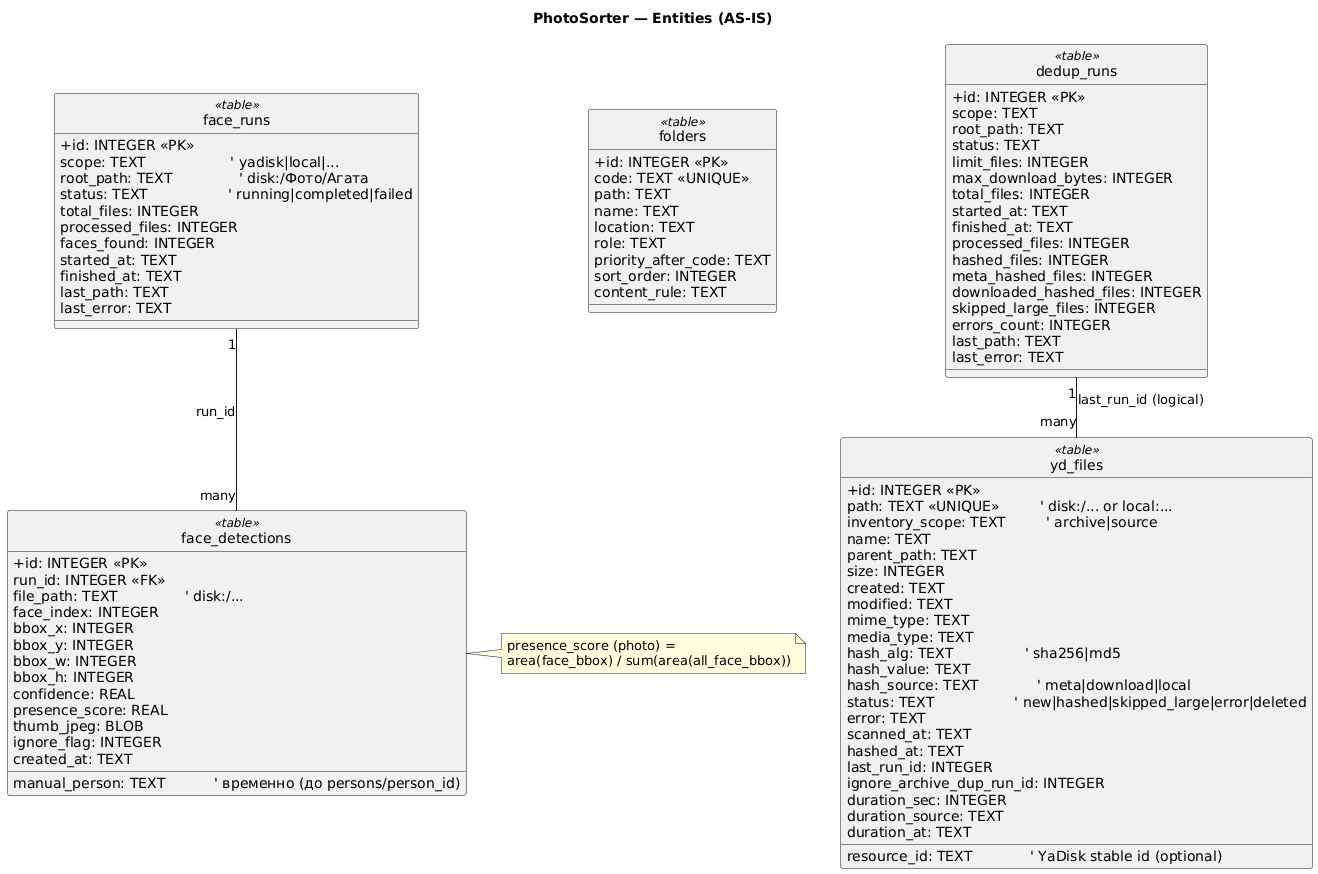
Above: docs/diagrams/entities_as_is.png in mzaborov/PhotoSorter (PlantUML), before the change.
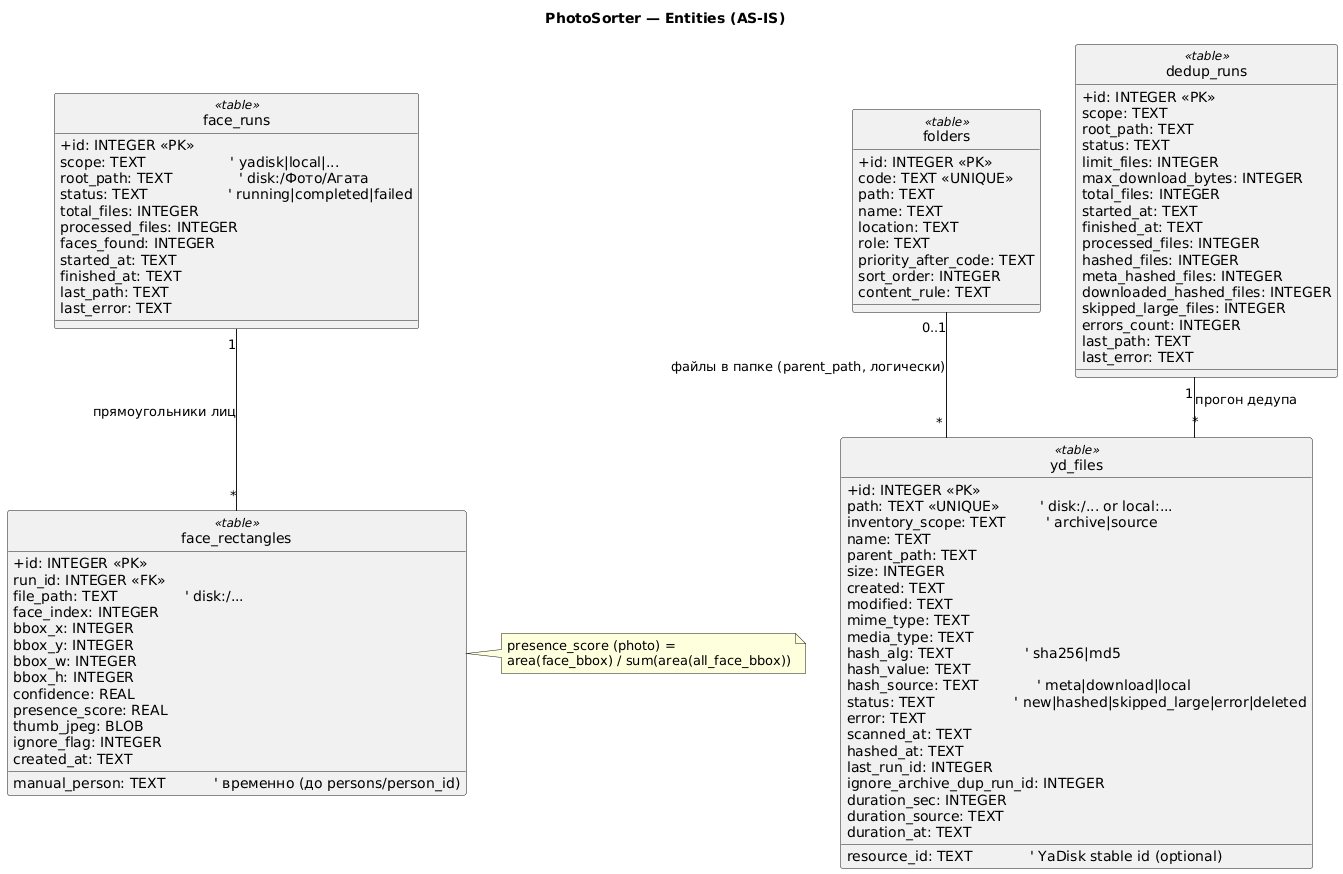
After the change.

Commit message:
диаграммы и лица: папки, face_rectangles, эмбеддинги

What changed in the source:
```diff
@@ -63,7 +63,8 @@
   duration_at: TEXT
 }
 
-dedup_runs "1" -- "many" yd_files : last_run_id (logical)
+folders "0..1" -- "*" yd_files : файлы в папке (parent_path, логически)
+dedup_runs "1" -- "*" yd_files : прогон дедупа
 
 class face_runs <<table>> {
   +id: INTEGER <<PK>>
@@ -79,7 +80,7 @@
   last_error: TEXT
 }
 
-class face_detections <<table>> {
+class face_rectangles <<table>> {
   +id: INTEGER <<PK>>
   run_id: INTEGER <<FK>>
   file_path: TEXT               ' disk:/...
@@ -96,9 +97,9 @@
   created_at: TEXT
 }
 
-face_runs "1" -- "many" face_detections : run_id
+face_runs "1" -- "*" face_rectangles : прямоугольники лиц
 
-note right of face_detections
+note right of face_rectangles
   presence_score (photo) =
   area(face_bbox) / sum(area(all_face_bbox))
 end note
```
